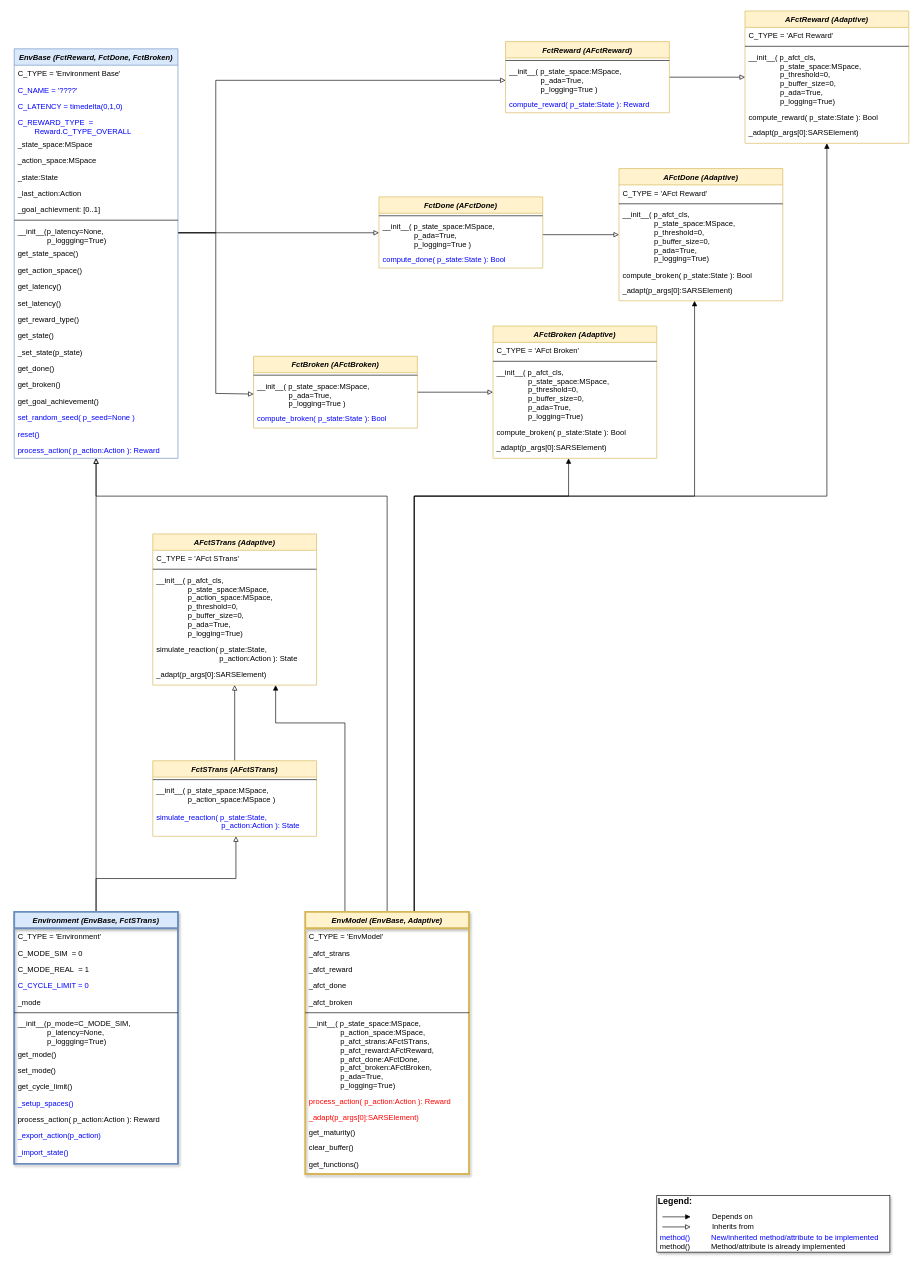
Earlier version of the draw.io diagram doc/rl/02 env/MLPro-RL-Env class diagram.drawio (fhswf/MLPro). Source tidied: cells renumbered, new cells numbered last; positions are measured from the earlier drawing's top-left corner, leaving out a move shared by most shapes. Both pictures are drawn from the tidied source at 63%, with x=0, y=0 at pixel (14, 11).
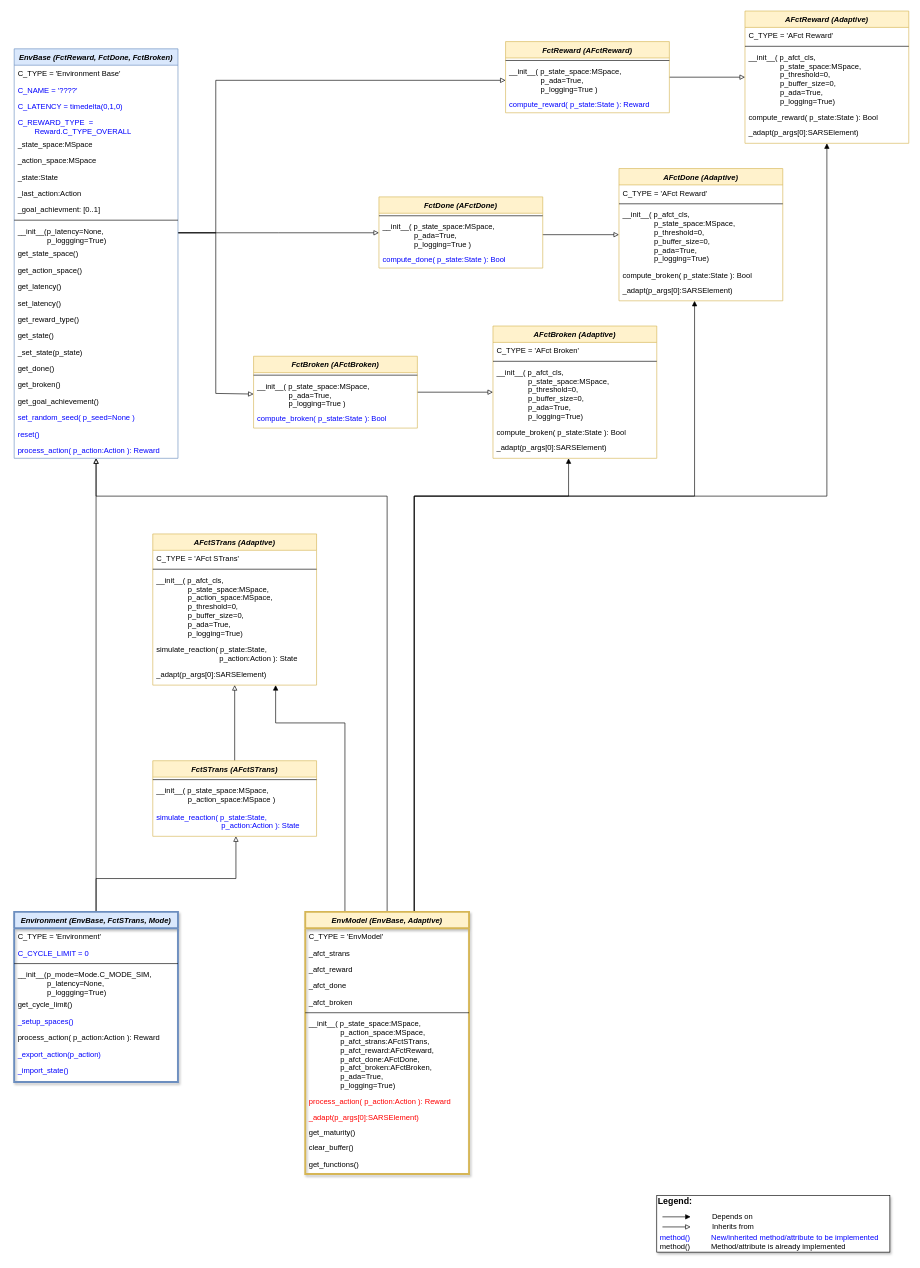
The same page after the edit.

The edit, as a diff of the source:
```diff
@@
-    <mxCell id="4" value="Environment (EnvBase, FctSTrans)" style="swimlane;fontStyle=3;align=center;verticalAlign=top;horizontal=1;startSize=26;rounded=0;shadow=1;strokeWidth=3;fillColor=#dae8fc;strokeColor=#6c8ebf;" parent="1" vertex="1">
-      <mxGeometry y="1430" width="260" height="400" as="geometry" />
+    <mxCell id="4" value="Environment (EnvBase, FctSTrans, Mode)" style="swimlane;fontStyle=3;align=center;verticalAlign=top;horizontal=1;startSize=26;rounded=0;shadow=1;strokeWidth=3;fillColor=#dae8fc;strokeColor=#6c8ebf;" parent="1" vertex="1">
+      <mxGeometry y="1430" width="260" height="270" as="geometry" />
     </mxCell>
@@
-    <mxCell id="6" value="C_MODE_SIM  = 0" style="text;align=left;verticalAlign=top;spacingLeft=4;spacingRight=4;overflow=hidden;" parent="4" vertex="1">
-      <mxGeometry y="52" width="260" height="26" as="geometry" />
-    </mxCell>
-    <mxCell id="7" value="C_MODE_REAL  = 1" style="text;align=left;verticalAlign=top;spacingLeft=4;spacingRight=4;overflow=hidden;" parent="4" vertex="1">
-      <mxGeometry y="78" width="260" height="26" as="geometry" />
-    </mxCell>
     <mxCell id="8" value="C_CYCLE_LIMIT = 0" style="text;align=left;verticalAlign=top;spacingLeft=4;spacingRight=4;overflow=hidden;fontColor=#0000FF;" parent="4" vertex="1">
-      <mxGeometry y="104" width="260" height="26" as="geometry" />
+      <mxGeometry y="52" width="260" height="26" as="geometry" />
     </mxCell>
-    <mxCell id="9" value="_mode" style="text;align=left;verticalAlign=top;spacingLeft=4;spacingRight=4;overflow=hidden;" parent="4" vertex="1">
-      <mxGeometry y="130" width="260" height="26" as="geometry" />
-    </mxCell>
     <mxCell id="10" style="line;html=1;strokeWidth=1;align=left;verticalAlign=middle;spacingTop=-1;spacingLeft=3;spacingRight=3;labelPosition=right;" parent="4" vertex="1">
-      <mxGeometry y="156" width="260" height="8" as="geometry" />
+      <mxGeometry y="78" width="260" height="8" as="geometry" />
     </mxCell>
-    <mxCell id="11" value="__init__(p_mode=C_MODE_SIM, &#10;              p_latency=None,&#10;              p_loggging=True)" style="text;align=left;verticalAlign=top;spacingLeft=4;spacingRight=4;overflow=hidden;" parent="4" vertex="1">
-      <mxGeometry y="164" width="260" height="48" as="geometry" />
+    <mxCell id="11" value="__init__(p_mode=Mode.C_MODE_SIM, &#10;              p_latency=None,&#10;              p_loggging=True)" style="text;align=left;verticalAlign=top;spacingLeft=4;spacingRight=4;overflow=hidden;" parent="4" vertex="1">
+      <mxGeometry y="86" width="260" height="48" as="geometry" />
     </mxCell>
-    <mxCell id="12" value="get_mode()" style="text;align=left;verticalAlign=top;spacingLeft=4;spacingRight=4;overflow=hidden;" parent="4" vertex="1">
-      <mxGeometry y="212" width="260" height="26" as="geometry" />
-    </mxCell>
-    <mxCell id="13" value="set_mode()" style="text;align=left;verticalAlign=top;spacingLeft=4;spacingRight=4;overflow=hidden;" parent="4" vertex="1">
-      <mxGeometry y="238" width="260" height="26" as="geometry" />
-    </mxCell>
     <mxCell id="14" value="get_cycle_limit()" style="text;align=left;verticalAlign=top;spacingLeft=4;spacingRight=4;overflow=hidden;" parent="4" vertex="1">
-      <mxGeometry y="264" width="260" height="26" as="geometry" />
+      <mxGeometry y="134" width="260" height="26" as="geometry" />
     </mxCell>
     <mxCell id="15" value="_setup_spaces()" style="text;align=left;verticalAlign=top;spacingLeft=4;spacingRight=4;overflow=hidden;fontColor=#0000FF;" parent="4" vertex="1">
-      <mxGeometry y="290" width="260" height="26" as="geometry" />
+      <mxGeometry y="160" width="260" height="26" as="geometry" />
     </mxCell>
     <mxCell id="16" value="process_action( p_action:Action ): Reward" style="text;align=left;verticalAlign=top;spacingLeft=4;spacingRight=4;overflow=hidden;" parent="4" vertex="1">
-      <mxGeometry y="316" width="260" height="26" as="geometry" />
+      <mxGeometry y="186" width="260" height="26" as="geometry" />
     </mxCell>
     <mxCell id="17" value="_export_action(p_action)" style="text;align=left;verticalAlign=top;spacingLeft=4;spacingRight=4;overflow=hidden;fontColor=#0000FF;" parent="4" vertex="1">
-      <mxGeometry y="342" width="260" height="26" as="geometry" />
+      <mxGeometry y="212" width="260" height="26" as="geometry" />
     </mxCell>
     <mxCell id="18" value="_import_state()" style="text;align=left;verticalAlign=top;spacingLeft=4;spacingRight=4;overflow=hidden;fontColor=#0000FF;" parent="4" vertex="1">
-      <mxGeometry y="368" width="260" height="26" as="geometry" />
+      <mxGeometry y="238" width="260" height="26" as="geometry" />
     </mxCell>
```
